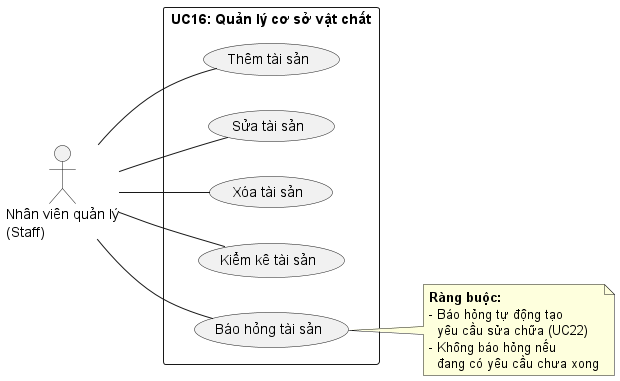
Earlier version of the PlantUML export src/DormitoryManagement/Docs/images/UC16_QuanLyCoSoVatChat.png (DOTHANHLUAN-24/DormitoryManagementSystem).
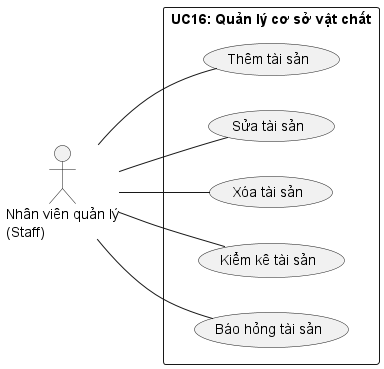
The same diagram one commit later.

The edit, as a diff of the source:
```diff
@@ -19,12 +19,5 @@
 Staff -- UC16_Inventory
 Staff -- UC16_Report
 
-note right of UC16_Report
-  <b>Ràng buộc:</b>
-  - Báo hỏng tự động tạo
-    yêu cầu sửa chữa (UC22)
-  - Không báo hỏng nếu
-    đang có yêu cầu chưa xong
-end note
 
 @enduml
```
